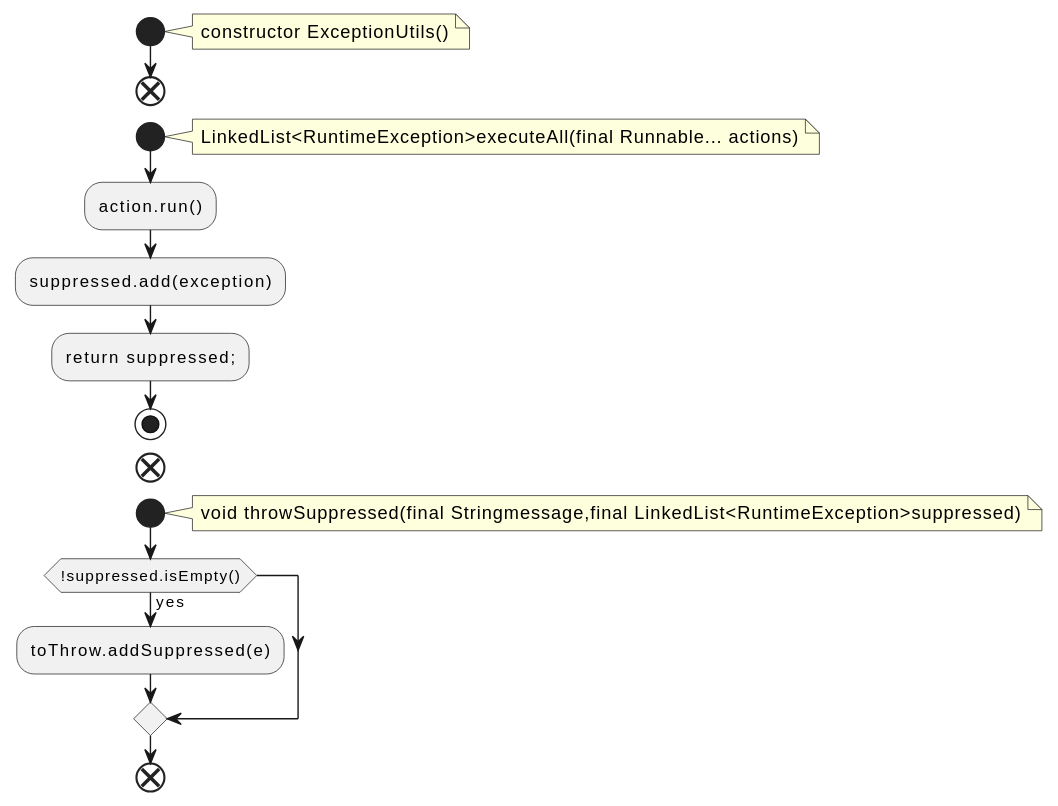
Before: docs/qc/streams/src/main/java/org/apache/kafka/streams/state/internals/ExceptionUtils.java.fct.svg, a diagram exported from PlantUML (qualitesys/kafka). Its diagram source:
```plantuml
@startuml
!pragma layout smetana
start
note right
constructor ExceptionUtils()
end note
end
start
note right
LinkedList<RuntimeException>executeAll(final Runnable... actions)
end note
:action.run();
:suppressed.add(exception);
:return suppressed;;
stop
end
start
note right
void throwSuppressed(final Stringmessage,final LinkedList<RuntimeException>suppressed)
end note
if (!suppressed.isEmpty()) then (yes)
:toThrow.addSuppressed(e);
endif
end
@enduml
```
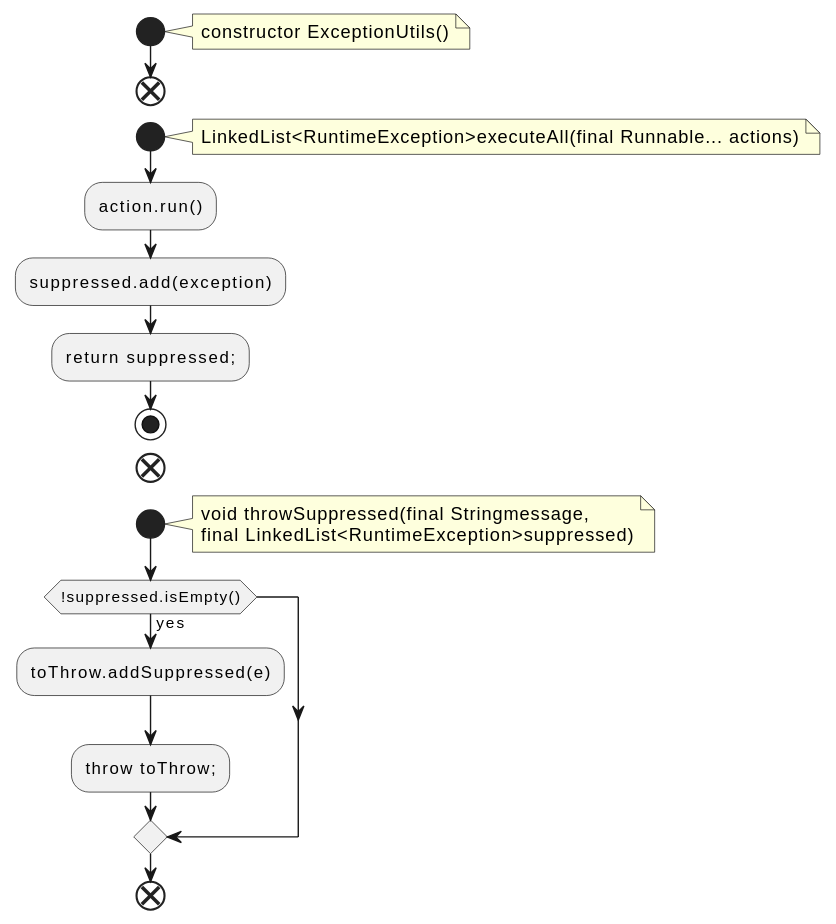
Above is the later version.

Diff of the diagram source:
```diff
@@ -16,10 +16,12 @@
 end
 start
 note right
-void throwSuppressed(final Stringmessage,final LinkedList<RuntimeException>suppressed)
+void throwSuppressed(final Stringmessage,
+final LinkedList<RuntimeException>suppressed)
 end note
 if (!suppressed.isEmpty()) then (yes)
 :toThrow.addSuppressed(e);
+:throw toThrow;;
 endif
 end
 @enduml
```
